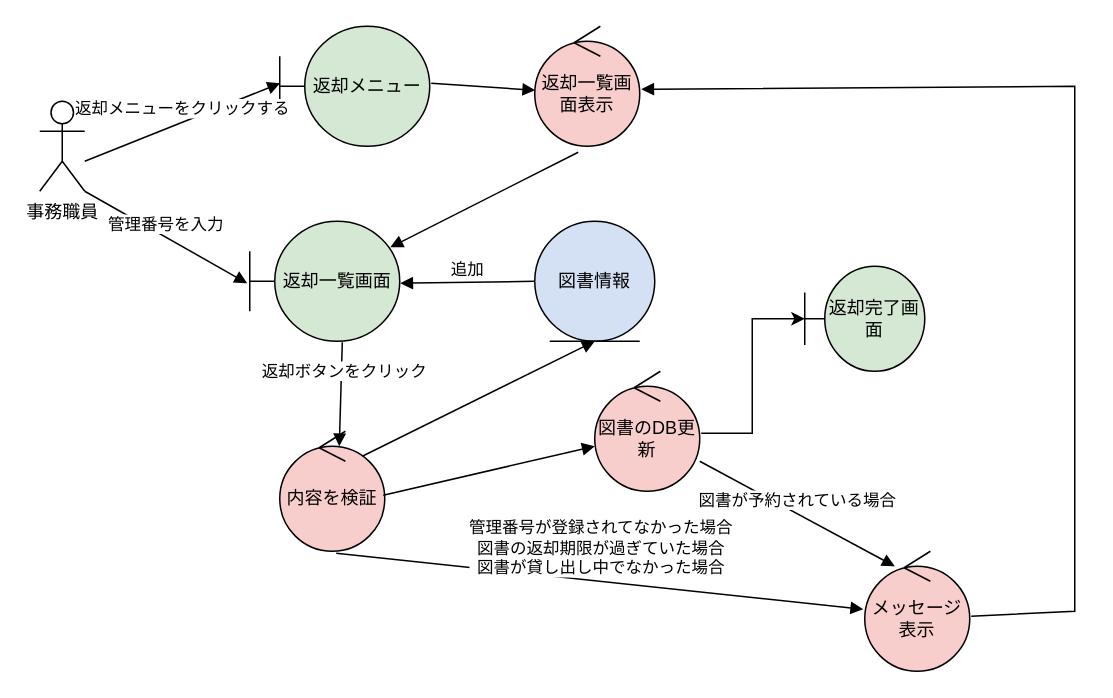
This is roba_03.drawio from mameiku/group3-4-No.2, a draw.io file, before an edit. Source tidied: cells renumbered, new cells numbered last; positions are measured from the earlier drawing's top-left corner, leaving out a move shared by most shapes. Both pictures are drawn from the tidied source at 150%, with x=0, y=0 at pixel (39, 26).
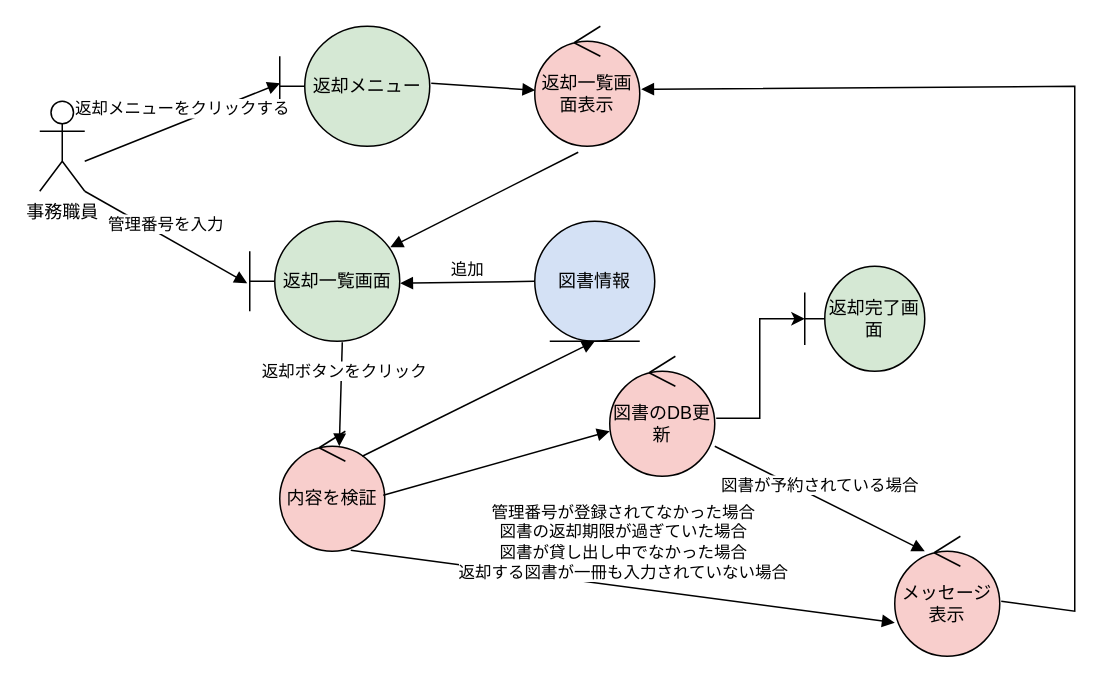
Above is the later version.

The change refers to these unchanged cells:
```xml
<mxCell id="12" value="内容を検証" style="ellipse;shape=umlControl;whiteSpace=wrap;html=1;fillColor=#F8CECC;" parent="1" vertex="1">
  <mxGeometry x="160" y="270" width="70" height="80" as="geometry" />
</mxCell>
```

Change to the diagram source:
```diff
@@
     <mxCell id="11" value="メッセージ表示" style="ellipse;shape=umlControl;whiteSpace=wrap;html=1;fillColor=#F8CECC;" parent="1" vertex="1">
-      <mxGeometry x="550" y="350" width="70" height="80" as="geometry" />
+      <mxGeometry x="570" y="340" width="70" height="80" as="geometry" />
     </mxCell>
@@
-    <mxCell id="15" value="管理番号が登録されてなかった場合&lt;div&gt;図書の返却期限が過ぎていた場合&lt;/div&gt;&lt;div&gt;図書が貸し出し中でなかった場合&lt;/div&gt;" style="html=1;verticalAlign=bottom;endArrow=block;curved=0;rounded=0;entryX=-0.014;entryY=0.483;entryDx=0;entryDy=0;entryPerimeter=0;exitX=0.538;exitY=1.017;exitDx=0;exitDy=0;exitPerimeter=0;" parent="1" edge="1" source="12" target="11">
-      <mxGeometry relative="1" as="geometry" />
+    <mxCell id="15" value="管理番号が登録されてなかった場合&lt;div&gt;図書の返却期限が過ぎていた場合&lt;/div&gt;&lt;div&gt;図書が貸し出し中でなかった場合&lt;/div&gt;&lt;div&gt;&lt;span style=&quot;color: rgb(0, 0, 0);&quot;&gt;返却する図書が一冊も入力されていない場合&lt;/span&gt;&lt;/div&gt;" style="html=1;verticalAlign=bottom;endArrow=block;curved=0;rounded=0;entryX=-0.014;entryY=0.483;entryDx=0;entryDy=0;entryPerimeter=0;exitX=0.676;exitY=0.992;exitDx=0;exitDy=0;exitPerimeter=0;" parent="1" edge="1" source="12">
+      <mxGeometry relative="1" as="geometry">
+        <mxPoint x="570" y="397.3" as="targetPoint" />
+        <Array as="points">
+          <mxPoint x="570" y="397.6" />
+        </Array>
+      </mxGeometry>
     </mxCell>
@@
     <mxCell id="18" value="図書のDB更新" style="ellipse;shape=umlControl;whiteSpace=wrap;html=1;fillColor=#F8CECC;" parent="1" vertex="1">
-      <mxGeometry x="370" y="230" width="70" height="80" as="geometry" />
+      <mxGeometry x="380" y="220" width="70" height="80" as="geometry" />
     </mxCell>
```
